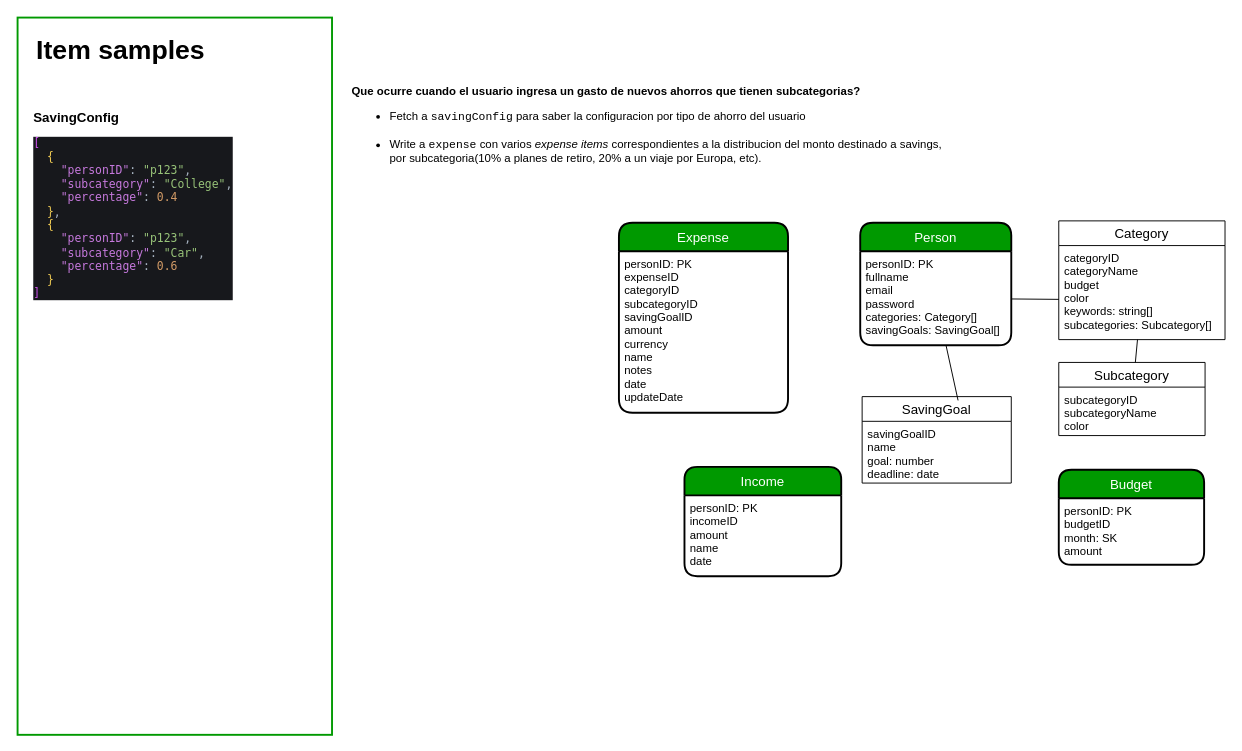
The draw.io diagram diagrams/money-diagrams.drawio in JoelD7/money, before the edit. Source tidied: cells renumbered, new cells numbered last; positions are measured from the earlier drawing's top-left corner, leaving out a move shared by most shapes. Both pictures are drawn from the tidied source at 95%, with x=0, y=0 at pixel (17, 17).
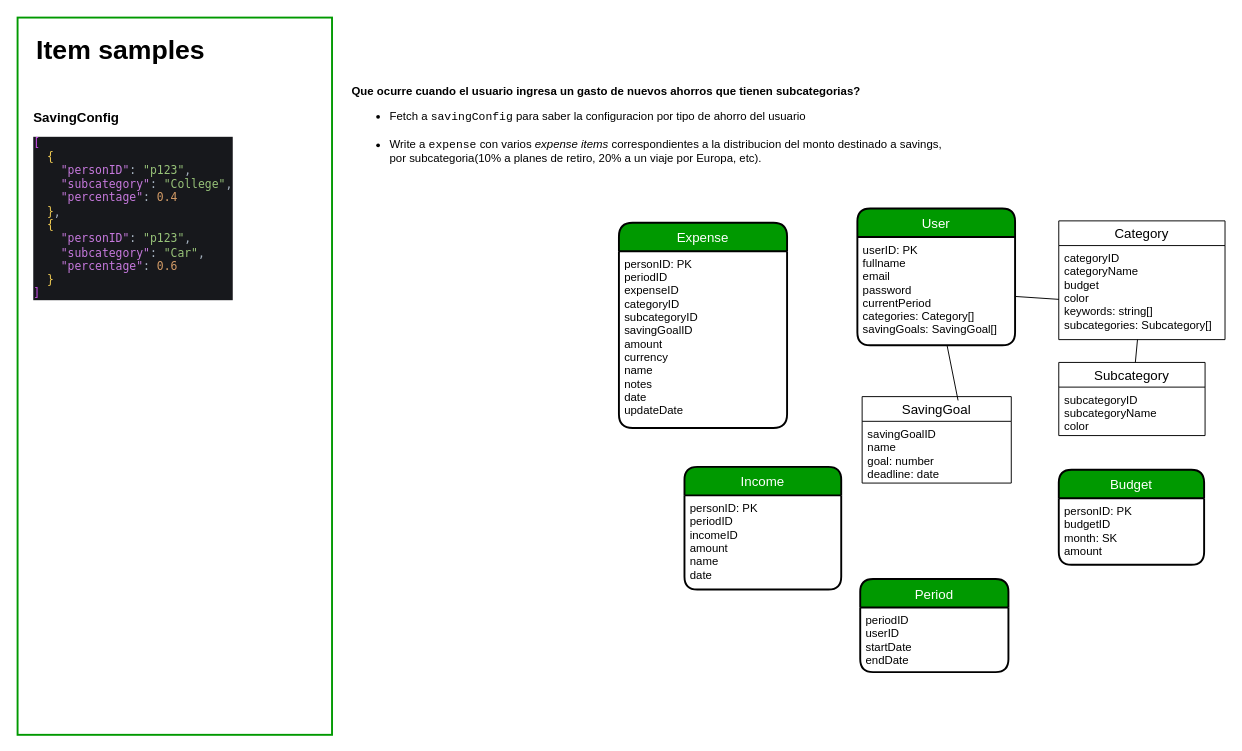
After the change.

Commit message (it also covers changes not shown here):
- Create income & expense mocks - Add CurrentPeriod to User model - Add ExpenseID attribute to Expense model - Rename MockDynamo to DynamoMock in users mock

What changed in the source:
```diff
@@
     <mxCell id="2" value="Expense" style="swimlane;horizontal=1;startSize=30;rounded=1;fontSize=14;fontStyle=0;strokeWidth=2;shadow=0;dashed=0;align=center;labelBackgroundColor=none;arcSize=16;labelBorderColor=none;swimlaneLine=1;swimlaneFillColor=none;gradientColor=none;gradientDirection=north;fillColor=#009900;fontColor=#FFFFFF;" parent="1" vertex="1">
-      <mxGeometry x="633" y="216" width="178" height="200" as="geometry" />
+      <mxGeometry x="633" y="216" width="177" height="216" as="geometry" />
     </mxCell>
-    <mxCell id="3" value="personID: PK&#10;expenseID&#10;categoryID&#10;subcategoryID&#10;savingGoalID&#10;amount&#10;currency&#10;name&#10;notes&#10;date&#10;updateDate" style="align=left;strokeColor=none;fillColor=none;spacingLeft=4;fontSize=12;verticalAlign=top;" parent="2" vertex="1">
-      <mxGeometry y="30" width="178" height="170" as="geometry" />
+    <mxCell id="3" value="personID: PK&#10;periodID&#10;expenseID&#10;categoryID&#10;subcategoryID&#10;savingGoalID&#10;amount&#10;currency&#10;name&#10;notes&#10;date&#10;updateDate" style="align=left;strokeColor=none;fillColor=none;spacingLeft=4;fontSize=12;verticalAlign=top;" parent="2" vertex="1">
+      <mxGeometry y="30" width="177" height="186" as="geometry" />
     </mxCell>
-    <mxCell id="4" value="Person" style="swimlane;horizontal=1;startSize=30;rounded=1;fontSize=14;fontStyle=0;strokeWidth=2;shadow=0;dashed=0;align=center;fillColor=#009900;fontColor=#FFFFFF;" parent="1" vertex="1">
-      <mxGeometry x="887" y="216" width="159" height="129" as="geometry" />
+    <mxCell id="4" value="User" style="swimlane;horizontal=1;startSize=30;rounded=1;fontSize=14;fontStyle=0;strokeWidth=2;shadow=0;dashed=0;align=center;fillColor=#009900;fontColor=#FFFFFF;" parent="1" vertex="1">
+      <mxGeometry x="884" y="201" width="166" height="144" as="geometry" />
     </mxCell>
-    <mxCell id="5" value="personID: PK&#10;fullname&#10;email&#10;password        &#10;categories: Category[]&#10;savingGoals: SavingGoal[]" style="align=left;strokeColor=none;fillColor=none;spacingLeft=4;fontSize=12;verticalAlign=top;" parent="4" vertex="1">
-      <mxGeometry y="30" width="159" height="99" as="geometry" />
+    <mxCell id="5" value="userID: PK&#10;fullname&#10;email&#10;password&#10;currentPeriod        &#10;categories: Category[]&#10;savingGoals: SavingGoal[]" style="align=left;strokeColor=none;fillColor=none;spacingLeft=4;fontSize=12;verticalAlign=top;" parent="4" vertex="1">
+      <mxGeometry y="30" width="166" height="114" as="geometry" />
     </mxCell>
@@
     <mxCell id="16" value="Income" style="swimlane;horizontal=1;startSize=30;rounded=1;fontSize=14;fontStyle=0;strokeWidth=2;shadow=0;dashed=0;align=center;fillColor=#009900;fontColor=#FFFFFF;" parent="1" vertex="1">
-      <mxGeometry x="702" y="473" width="165" height="115" as="geometry" />
+      <mxGeometry x="702" y="473" width="165" height="129" as="geometry" />
     </mxCell>
-    <mxCell id="17" value="personID: PK&#10;incomeID&#10;amount&#10;name&#10;date" style="align=left;strokeColor=none;fillColor=none;spacingLeft=4;fontSize=12;verticalAlign=top;" parent="16" vertex="1">
-      <mxGeometry y="30" width="165" height="85" as="geometry" />
+    <mxCell id="17" value="personID: PK&#10;periodID&#10;incomeID&#10;amount&#10;name&#10;date" style="align=left;strokeColor=none;fillColor=none;spacingLeft=4;fontSize=12;verticalAlign=top;" parent="16" vertex="1">
+      <mxGeometry y="30" width="165" height="99" as="geometry" />
     </mxCell>
@@
+    <mxCell id="23" value="Period" style="swimlane;horizontal=1;startSize=30;rounded=1;fontSize=14;fontStyle=0;strokeWidth=2;shadow=0;dashed=0;align=center;fillColor=#009900;fontColor=#FFFFFF;" parent="1" vertex="1">
+      <mxGeometry x="887" y="591" width="156" height="98" as="geometry" />
+    </mxCell>
+    <mxCell id="24" value="periodID&#10;userID&#10;startDate&#10;endDate" style="align=left;strokeColor=none;fillColor=none;spacingLeft=4;fontSize=12;verticalAlign=top;" parent="23" vertex="1">
+      <mxGeometry y="30" width="156" height="68" as="geometry" />
+    </mxCell>
```
